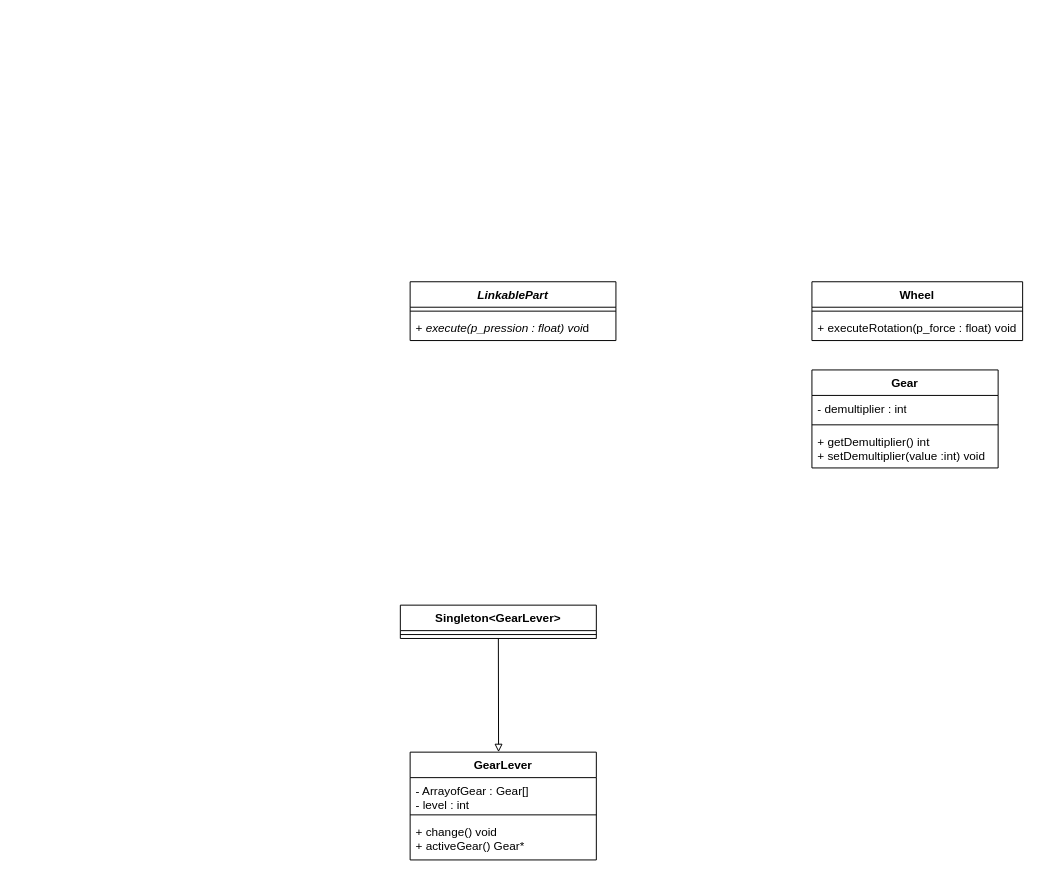
This is Sequence.drawio from Julien-Dutschke/Piscine-Object, a draw.io file, before an edit. Source tidied: cells renumbered, new cells numbered last; positions are measured from the earlier drawing's top-left corner, leaving out a move shared by most shapes. Both pictures are drawn from the tidied source at 98%, with x=0, y=0 at pixel (400, 281).
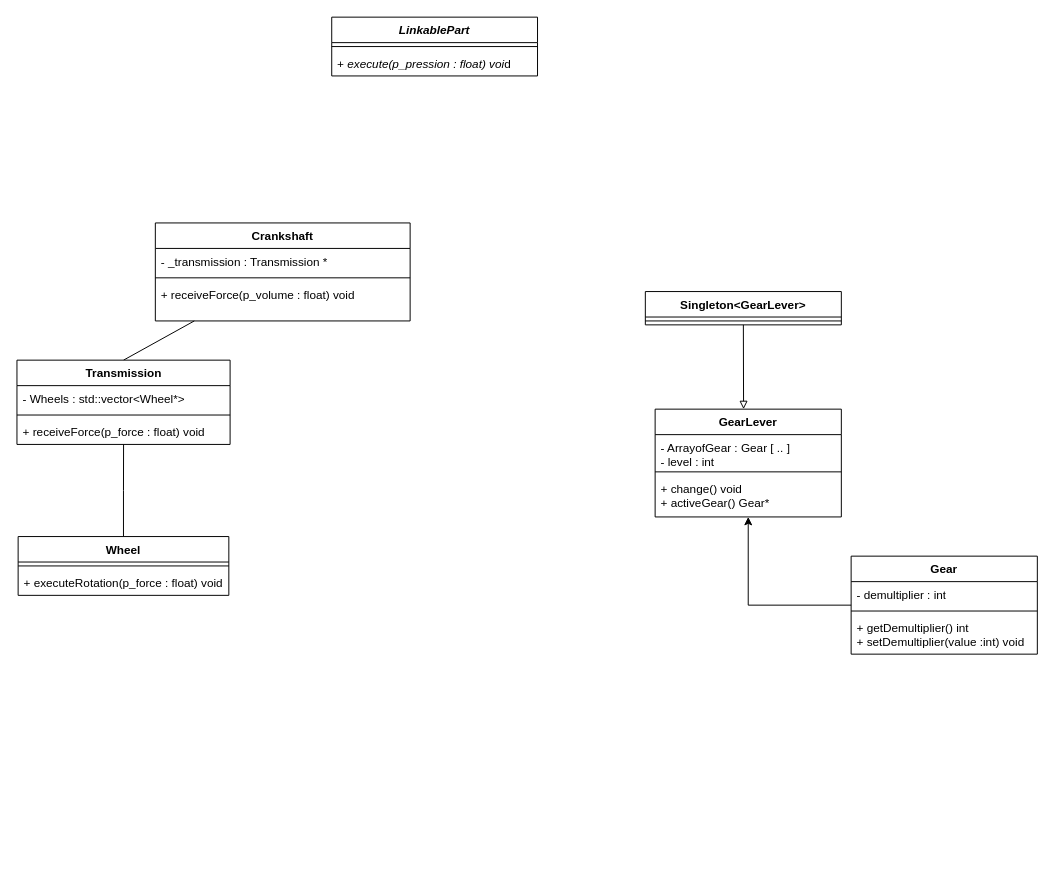
Above is the later version.

Diff of the diagram source:
```diff
@@
     <mxCell id="2" value="&lt;i&gt;&lt;b&gt;LinkablePart&lt;/b&gt;&lt;/i&gt;" style="swimlane;fontStyle=1;align=center;verticalAlign=top;horizontal=1;startSize=26;whiteSpace=wrap;html=1;" parent="1" vertex="1">
-      <mxGeometry x="10" width="210" height="60" as="geometry" />
+      <mxGeometry x="-70" y="-270" width="210" height="60" as="geometry" />
     </mxCell>
@@
+    <mxCell id="19" style="edgeStyle=orthogonalEdgeStyle;rounded=0;jettySize=auto;html=1;exitX=0.5;exitY=0;exitDx=0;exitDy=0;endArrow=none;endFill=0;" parent="1" edge="1" source="5" target="22">
+      <mxGeometry relative="1" as="geometry" />
+    </mxCell>
     <mxCell id="5" value="Wheel" style="swimlane;fontStyle=1;align=center;verticalAlign=top;horizontal=1;startSize=26;whiteSpace=wrap;html=1;" parent="1" vertex="1">
-      <mxGeometry x="420" width="215" height="60" as="geometry" />
+      <mxGeometry x="-390" y="260" width="215" height="60" as="geometry" />
     </mxCell>
@@
+    <mxCell id="20" style="edgeStyle=orthogonalEdgeStyle;rounded=0;jettySize=auto;html=1;" parent="1" edge="1" source="8" target="12">
+      <mxGeometry relative="1" as="geometry" />
+    </mxCell>
     <mxCell id="8" value="Gear" style="swimlane;fontStyle=1;align=center;verticalAlign=top;horizontal=1;startSize=26;whiteSpace=wrap;html=1;" parent="1" vertex="1">
-      <mxGeometry x="420" y="90" width="190" height="100" as="geometry" />
+      <mxGeometry x="460" y="280" width="190" height="100" as="geometry" />
     </mxCell>
@@
     <mxCell id="12" value="GearLever" style="swimlane;fontStyle=1;align=center;verticalAlign=top;horizontal=1;startSize=26;whiteSpace=wrap;html=1;" parent="1" vertex="1">
-      <mxGeometry x="10" y="480" width="190" height="110" as="geometry" />
+      <mxGeometry x="260" y="130" width="190" height="110" as="geometry" />
     </mxCell>
-    <mxCell id="13" value="&lt;div&gt;- ArrayofGear : Gear[]&lt;/div&gt;&lt;div&gt;- level : int &lt;br&gt;&lt;/div&gt;" style="text;strokeColor=none;fillColor=none;align=left;verticalAlign=top;spacingLeft=4;spacingRight=4;overflow=hidden;whiteSpace=wrap;html=1;" parent="12" vertex="1">
+    <mxCell id="13" value="&lt;div&gt;- ArrayofGear : Gear [ .. ]&lt;/div&gt;&lt;div&gt;- level : int &lt;br&gt;&lt;/div&gt;" style="text;strokeColor=none;fillColor=none;align=left;verticalAlign=top;spacingLeft=4;spacingRight=4;overflow=hidden;whiteSpace=wrap;html=1;" parent="12" vertex="1">
       <mxGeometry y="26" width="190" height="34" as="geometry" />
     </mxCell>
@@
     <mxCell id="16" value="Singleton&amp;lt;GearLever&amp;gt;" style="swimlane;fontStyle=1;align=center;verticalAlign=top;horizontal=1;startSize=26;whiteSpace=wrap;html=1;" parent="1" vertex="1">
-      <mxGeometry y="330" width="200" height="34" as="geometry" />
+      <mxGeometry x="250" y="10" width="200" height="34" as="geometry" />
     </mxCell>
@@
+    <mxCell id="21" style="rounded=0;jettySize=auto;html=1;exitX=0.5;exitY=0;exitDx=0;exitDy=0;strokeColor=default;endArrow=none;endFill=0;" parent="1" edge="1" source="22" target="26">
+      <mxGeometry relative="1" as="geometry" />
+    </mxCell>
+    <mxCell id="22" value="Transmission" style="swimlane;fontStyle=1;align=center;verticalAlign=top;horizontal=1;startSize=26;whiteSpace=wrap;html=1;" parent="1" vertex="1">
+      <mxGeometry x="-391.2" y="80" width="217.5" height="86" as="geometry" />
+    </mxCell>
+    <mxCell id="23" value="- Wheels : std::vector&amp;lt;Wheel*&amp;gt;" style="text;strokeColor=none;fillColor=none;align=left;verticalAlign=top;spacingLeft=4;spacingRight=4;overflow=hidden;whiteSpace=wrap;html=1;" parent="22" vertex="1">
+      <mxGeometry y="26" width="217.5" height="26" as="geometry" />
+    </mxCell>
+    <mxCell id="24" style="line;strokeWidth=1;fillColor=none;align=left;verticalAlign=middle;spacingTop=-1;spacingLeft=3;spacingRight=3;labelPosition=right;strokeColor=inherit;" parent="22" vertex="1">
+      <mxGeometry y="52" width="217.5" height="8" as="geometry" />
+    </mxCell>
+    <mxCell id="25" value="+ receiveForce(p_force : float) void" style="text;strokeColor=none;fillColor=none;align=left;verticalAlign=top;spacingLeft=4;spacingRight=4;overflow=hidden;whiteSpace=wrap;html=1;" parent="22" vertex="1">
+      <mxGeometry y="60" width="217.5" height="26" as="geometry" />
+    </mxCell>
+    <mxCell id="26" value="Crankshaft" style="swimlane;fontStyle=1;align=center;verticalAlign=top;horizontal=1;startSize=26;whiteSpace=wrap;html=1;" parent="1" vertex="1">
+      <mxGeometry x="-250" y="-60" width="260" height="100" as="geometry" />
+    </mxCell>
+    <mxCell id="27" value="- _transmission : Transmission * " style="text;strokeColor=none;fillColor=none;align=left;verticalAlign=top;spacingLeft=4;spacingRight=4;overflow=hidden;whiteSpace=wrap;html=1;" parent="26" vertex="1">
+      <mxGeometry y="26" width="260" height="26" as="geometry" />
+    </mxCell>
+    <mxCell id="28" style="line;strokeWidth=1;fillColor=none;align=left;verticalAlign=middle;spacingTop=-1;spacingLeft=3;spacingRight=3;labelPosition=right;strokeColor=inherit;" parent="26" vertex="1">
+      <mxGeometry y="52" width="260" height="8" as="geometry" />
+    </mxCell>
+    <mxCell id="29" value="+ receiveForce(p_volume : float) void" style="text;strokeColor=none;fillColor=none;align=left;verticalAlign=top;spacingLeft=4;spacingRight=4;overflow=hidden;whiteSpace=wrap;html=1;" parent="26" vertex="1">
+      <mxGeometry y="60" width="260" height="40" as="geometry" />
+    </mxCell>
```
